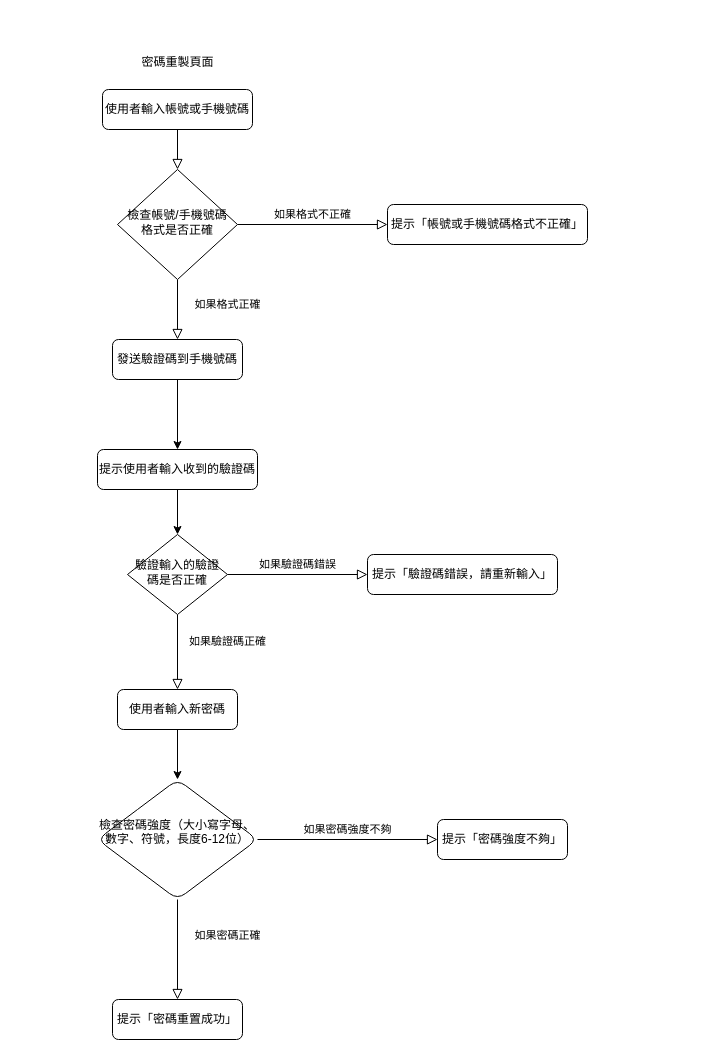
Above: 系統流程圖(密碼重置).drawio in hak99101314/Maintenance-inquiry-system (draw.io), before the change. Source tidied: cells renumbered, new cells numbered last; positions are measured from the earlier drawing's top-left corner, leaving out a move shared by most shapes. Both pictures are drawn from the tidied source at 100%, with x=0, y=0 at pixel (97, 47).
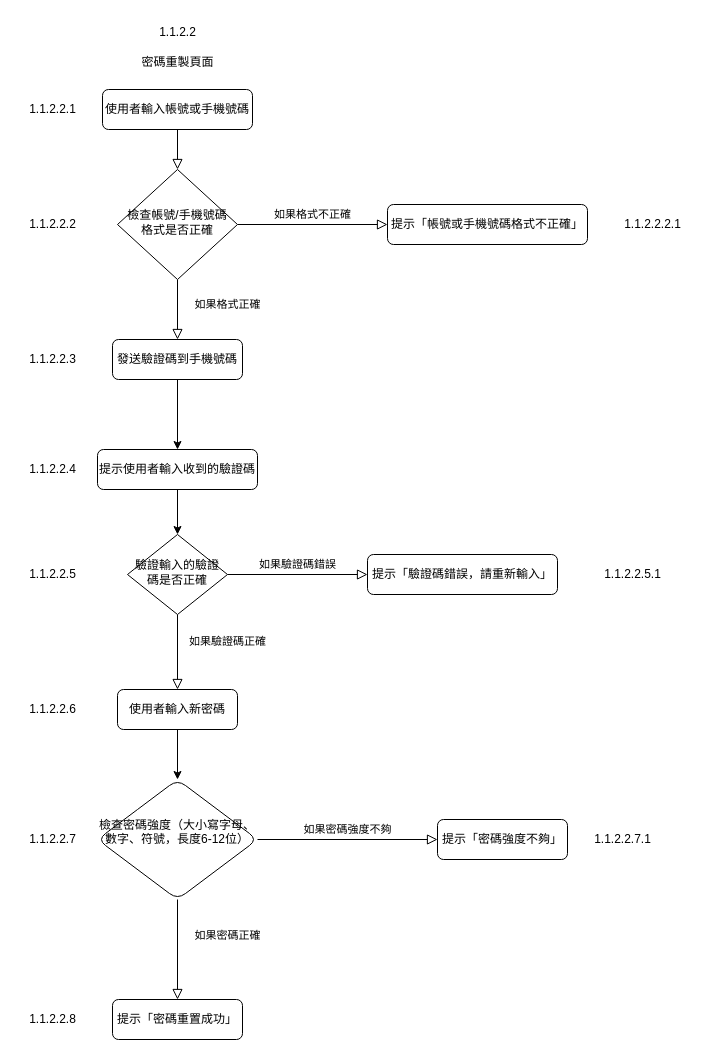
Above is the later version.

Commit message:
更新系統流程圖(密碼重置).drawio

The edit, as a diff of the source:
```diff
@@
+    <mxCell id="24" value="1.1.2.2" style="text;html=1;align=center;verticalAlign=middle;strokeColor=none;fillColor=none;" parent="1" vertex="1">
+      <mxGeometry x="50" y="-30" width="60" height="30" as="geometry" />
+    </mxCell>
+    <mxCell id="25" value="1.1.2.2.1" style="text;html=1;align=center;verticalAlign=middle;strokeColor=none;fillColor=none;" parent="1" vertex="1">
+      <mxGeometry x="-80" y="47" width="70" height="30" as="geometry" />
+    </mxCell>
+    <mxCell id="26" value="1.1.2.2.2" style="text;html=1;align=center;verticalAlign=middle;strokeColor=none;fillColor=none;" parent="1" vertex="1">
+      <mxGeometry x="-80" y="162" width="70" height="30" as="geometry" />
+    </mxCell>
+    <mxCell id="27" value="1.1.2.2.2.1" style="text;html=1;align=center;verticalAlign=middle;strokeColor=none;fillColor=none;" parent="1" vertex="1">
+      <mxGeometry x="515" y="162" width="80" height="30" as="geometry" />
+    </mxCell>
+    <mxCell id="28" value="1.1.2.2.3" style="text;html=1;align=center;verticalAlign=middle;strokeColor=none;fillColor=none;" parent="1" vertex="1">
+      <mxGeometry x="-80" y="297" width="70" height="30" as="geometry" />
+    </mxCell>
+    <mxCell id="29" value="1.1.2.2.4" style="text;html=1;align=center;verticalAlign=middle;strokeColor=none;fillColor=none;" parent="1" vertex="1">
+      <mxGeometry x="-80" y="407" width="70" height="30" as="geometry" />
+    </mxCell>
+    <mxCell id="30" value="1.1.2.2.5" style="text;html=1;align=center;verticalAlign=middle;strokeColor=none;fillColor=none;" parent="1" vertex="1">
+      <mxGeometry x="-80" y="512" width="70" height="30" as="geometry" />
+    </mxCell>
+    <mxCell id="31" value="1.1.2.2.5.1" style="text;html=1;align=center;verticalAlign=middle;strokeColor=none;fillColor=none;" parent="1" vertex="1">
+      <mxGeometry x="495" y="512" width="80" height="30" as="geometry" />
+    </mxCell>
+    <mxCell id="32" value="1.1.2.2.6" style="text;html=1;align=center;verticalAlign=middle;strokeColor=none;fillColor=none;" parent="1" vertex="1">
+      <mxGeometry x="-80" y="647" width="70" height="30" as="geometry" />
+    </mxCell>
+    <mxCell id="33" value="1.1.2.2.7" style="text;html=1;align=center;verticalAlign=middle;strokeColor=none;fillColor=none;" parent="1" vertex="1">
+      <mxGeometry x="-80" y="777" width="70" height="30" as="geometry" />
+    </mxCell>
+    <mxCell id="34" value="1.1.2.2.7.1" style="text;html=1;align=center;verticalAlign=middle;strokeColor=none;fillColor=none;" parent="1" vertex="1">
+      <mxGeometry x="485" y="777" width="80" height="30" as="geometry" />
+    </mxCell>
+    <mxCell id="35" value="1.1.2.2.8" style="text;html=1;align=center;verticalAlign=middle;strokeColor=none;fillColor=none;" parent="1" vertex="1">
+      <mxGeometry x="-80" y="957" width="70" height="30" as="geometry" />
+    </mxCell>
```
